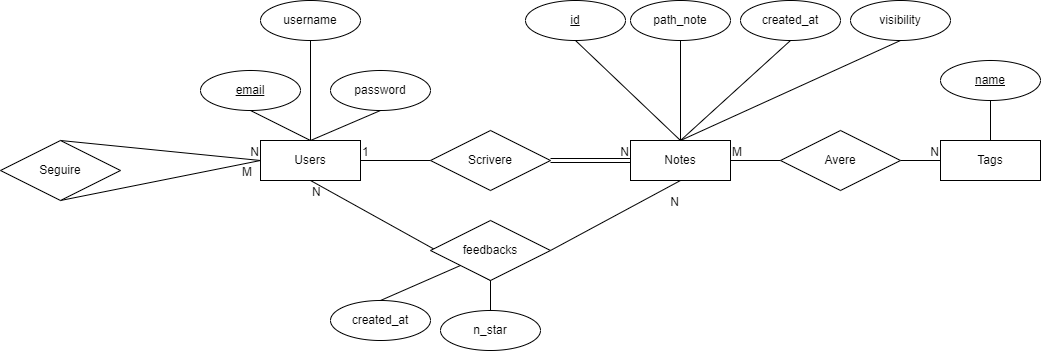
AngeloRipamonti/5C_RipamontiAvvedutoKotisCinquetti_PortaleAppunti keeps this draw.io diagram as assets/schemas/ER/SchemaER.drawio.png. Above is the earlier version. Source tidied: cells renumbered, new cells last; positions are measured from the earlier drawing's top-left corner, leaving out a move shared by most shapes. Its diagram source:
```xml
<mxGraphModel>
  <root>
    <mxCell id="0" />
    <mxCell id="1" parent="0" />
    <mxCell id="2" value="Users" style="whiteSpace=wrap;html=1;align=center;" parent="1" vertex="1">
      <mxGeometry x="260" y="140" width="100" height="40" as="geometry" />
    </mxCell>
    <mxCell id="3" value="email" style="ellipse;whiteSpace=wrap;html=1;align=center;fontStyle=4;" parent="1" vertex="1">
      <mxGeometry x="200" y="70" width="100" height="40" as="geometry" />
    </mxCell>
    <mxCell id="4" value="password" style="ellipse;whiteSpace=wrap;html=1;align=center;" parent="1" vertex="1">
      <mxGeometry x="330" y="70" width="100" height="40" as="geometry" />
    </mxCell>
    <mxCell id="5" value="username" style="ellipse;whiteSpace=wrap;html=1;align=center;" parent="1" vertex="1">
      <mxGeometry x="260" width="100" height="40" as="geometry" />
    </mxCell>
    <mxCell id="6" style="endArrow=none;html=1;rounded=0;exitX=0.5;exitY=1;exitDx=0;exitDy=0;entryX=0.5;entryY=0;entryDx=0;entryDy=0;" parent="1" edge="1" source="3" target="2">
      <mxGeometry relative="1" as="geometry" />
    </mxCell>
    <mxCell id="7" style="endArrow=none;html=1;rounded=0;exitX=0.5;exitY=1;exitDx=0;exitDy=0;entryX=0.5;entryY=0;entryDx=0;entryDy=0;" parent="1" edge="1" source="5" target="2">
      <mxGeometry relative="1" as="geometry" />
    </mxCell>
    <mxCell id="8" style="endArrow=none;html=1;rounded=0;exitX=0.5;exitY=1;exitDx=0;exitDy=0;entryX=0.5;entryY=0;entryDx=0;entryDy=0;" parent="1" edge="1" source="4" target="2">
      <mxGeometry relative="1" as="geometry" />
    </mxCell>
    <mxCell id="9" value="Notes" style="whiteSpace=wrap;html=1;align=center;" parent="1" vertex="1">
      <mxGeometry x="630" y="140" width="100" height="40" as="geometry" />
    </mxCell>
    <mxCell id="10" value="id" style="ellipse;whiteSpace=wrap;html=1;align=center;fontStyle=4;" parent="1" vertex="1">
      <mxGeometry x="525" width="100" height="40" as="geometry" />
    </mxCell>
    <mxCell id="11" value="path_note" style="ellipse;whiteSpace=wrap;html=1;align=center;" parent="1" vertex="1">
      <mxGeometry x="630" width="100" height="40" as="geometry" />
    </mxCell>
    <mxCell id="12" style="endArrow=none;html=1;rounded=0;exitX=0.5;exitY=1;exitDx=0;exitDy=0;entryX=0.5;entryY=0;entryDx=0;entryDy=0;" parent="1" edge="1" source="11" target="9">
      <mxGeometry relative="1" as="geometry" />
    </mxCell>
    <mxCell id="13" value="created_at" style="ellipse;whiteSpace=wrap;html=1;align=center;" parent="1" vertex="1">
      <mxGeometry x="740" width="100" height="40" as="geometry" />
    </mxCell>
    <mxCell id="14" style="endArrow=none;html=1;rounded=0;exitX=0.5;exitY=0;exitDx=0;exitDy=0;entryX=0.5;entryY=1;entryDx=0;entryDy=0;" parent="1" edge="1" source="9" target="13">
      <mxGeometry relative="1" as="geometry" />
    </mxCell>
    <mxCell id="15" style="endArrow=none;html=1;rounded=0;exitX=0.5;exitY=1;exitDx=0;exitDy=0;entryX=0.5;entryY=0;entryDx=0;entryDy=0;" parent="1" edge="1" source="10" target="9">
      <mxGeometry relative="1" as="geometry" />
    </mxCell>
    <mxCell id="16" style="endArrow=none;html=1;rounded=0;exitX=1;exitY=0.5;exitDx=0;exitDy=0;entryX=0;entryY=0.5;entryDx=0;entryDy=0;shape=link;" parent="1" edge="1" source="20" target="9">
      <mxGeometry relative="1" as="geometry" />
    </mxCell>
    <mxCell id="17" value="N" style="html=1;whiteSpace=wrap;align=right;verticalAlign=bottom;" parent="16" vertex="1">
      <mxGeometry x="1" relative="1" as="geometry" />
    </mxCell>
    <mxCell id="18" style="endArrow=none;html=1;rounded=0;exitX=1;exitY=0.5;exitDx=0;exitDy=0;entryX=0;entryY=0.5;entryDx=0;entryDy=0;" parent="1" edge="1" source="2" target="20">
      <mxGeometry relative="1" as="geometry" />
    </mxCell>
    <mxCell id="19" value="1" style="html=1;whiteSpace=wrap;align=left;verticalAlign=bottom;" parent="18" vertex="1">
      <mxGeometry x="-1" relative="1" as="geometry" />
    </mxCell>
    <mxCell id="20" value="Scrivere" style="shape=rhombus;perimeter=rhombusPerimeter;whiteSpace=wrap;html=1;align=center;" parent="1" vertex="1">
      <mxGeometry x="430" y="130" width="120" height="60" as="geometry" />
    </mxCell>
    <mxCell id="21" style="endArrow=none;html=1;rounded=0;exitX=1;exitY=0.5;exitDx=0;exitDy=0;entryX=0.5;entryY=1;entryDx=0;entryDy=0;" parent="1" edge="1" source="25" target="9">
      <mxGeometry relative="1" as="geometry" />
    </mxCell>
    <mxCell id="22" value="N" style="html=1;whiteSpace=wrap;align=right;verticalAlign=bottom;" parent="21" vertex="1">
      <mxGeometry x="1" relative="1" as="geometry">
        <mxPoint y="30" as="offset" />
      </mxGeometry>
    </mxCell>
    <mxCell id="23" style="endArrow=none;html=1;rounded=0;exitX=0.5;exitY=1;exitDx=0;exitDy=0;entryX=0.5;entryY=1;entryDx=0;entryDy=0;" parent="1" edge="1" source="2" target="25">
      <mxGeometry relative="1" as="geometry" />
    </mxCell>
    <mxCell id="24" value="N" style="html=1;whiteSpace=wrap;align=left;verticalAlign=bottom;" parent="23" vertex="1">
      <mxGeometry x="-1" relative="1" as="geometry">
        <mxPoint y="20" as="offset" />
      </mxGeometry>
    </mxCell>
    <mxCell id="25" value="feedbacks" style="shape=rhombus;perimeter=rhombusPerimeter;whiteSpace=wrap;html=1;align=center;" parent="1" vertex="1">
      <mxGeometry x="430" y="220" width="120" height="60" as="geometry" />
    </mxCell>
    <mxCell id="26" value="n_star" style="ellipse;whiteSpace=wrap;html=1;align=center;" parent="1" vertex="1">
      <mxGeometry x="440" y="310" width="100" height="40" as="geometry" />
    </mxCell>
    <mxCell id="27" style="endArrow=none;html=1;rounded=0;exitX=0.5;exitY=1;exitDx=0;exitDy=0;entryX=0.5;entryY=0;entryDx=0;entryDy=0;" parent="1" edge="1" source="25" target="26">
      <mxGeometry relative="1" as="geometry" />
    </mxCell>
    <mxCell id="28" value="created_at" style="ellipse;whiteSpace=wrap;html=1;align=center;" parent="1" vertex="1">
      <mxGeometry x="330" y="300" width="100" height="40" as="geometry" />
    </mxCell>
    <mxCell id="29" style="endArrow=none;html=1;rounded=0;exitX=0.5;exitY=0;exitDx=0;exitDy=0;entryX=0;entryY=1;entryDx=0;entryDy=0;" parent="1" edge="1" source="28" target="25">
      <mxGeometry relative="1" as="geometry" />
    </mxCell>
    <mxCell id="30" value="visibility" style="ellipse;whiteSpace=wrap;html=1;align=center;" parent="1" vertex="1">
      <mxGeometry x="850" width="100" height="40" as="geometry" />
    </mxCell>
    <mxCell id="31" style="endArrow=none;html=1;rounded=0;exitX=0.5;exitY=0;exitDx=0;exitDy=0;entryX=0.5;entryY=1;entryDx=0;entryDy=0;" parent="1" edge="1" source="9" target="30">
      <mxGeometry relative="1" as="geometry" />
    </mxCell>
    <mxCell id="32" style="endArrow=none;html=1;rounded=0;entryX=0;entryY=0.5;entryDx=0;entryDy=0;exitX=0.5;exitY=0;exitDx=0;exitDy=0;" parent="1" edge="1" source="36" target="2">
      <mxGeometry relative="1" as="geometry" />
    </mxCell>
    <mxCell id="33" value="N" style="html=1;whiteSpace=wrap;align=right;verticalAlign=bottom;" parent="32" vertex="1">
      <mxGeometry x="1" relative="1" as="geometry" />
    </mxCell>
    <mxCell id="34" style="endArrow=none;html=1;rounded=0;entryX=0.5;entryY=1;entryDx=0;entryDy=0;" parent="1" edge="1" target="36">
      <mxGeometry relative="1" as="geometry">
        <mxPoint x="260" y="160" as="sourcePoint" />
      </mxGeometry>
    </mxCell>
    <mxCell id="35" value="M" style="html=1;whiteSpace=wrap;align=left;verticalAlign=bottom;" parent="34" vertex="1">
      <mxGeometry x="-1" relative="1" as="geometry">
        <mxPoint x="-20" y="20" as="offset" />
      </mxGeometry>
    </mxCell>
    <mxCell id="36" value="Seguire" style="shape=rhombus;perimeter=rhombusPerimeter;whiteSpace=wrap;html=1;align=center;" parent="1" vertex="1">
      <mxGeometry y="140" width="120" height="60" as="geometry" />
    </mxCell>
    <mxCell id="37" value="Tags" style="whiteSpace=wrap;html=1;align=center;" parent="1" vertex="1">
      <mxGeometry x="940" y="140" width="100" height="40" as="geometry" />
    </mxCell>
    <mxCell id="38" style="endArrow=none;html=1;rounded=0;exitX=1;exitY=0.5;exitDx=0;exitDy=0;entryX=0;entryY=0.5;entryDx=0;entryDy=0;" parent="1" edge="1" source="42" target="37">
      <mxGeometry relative="1" as="geometry" />
    </mxCell>
    <mxCell id="39" value="N" style="html=1;whiteSpace=wrap;align=right;verticalAlign=bottom;" parent="38" vertex="1">
      <mxGeometry x="1" relative="1" as="geometry" />
    </mxCell>
    <mxCell id="40" style="endArrow=none;html=1;rounded=0;exitX=1;exitY=0.5;exitDx=0;exitDy=0;entryX=0;entryY=0.5;entryDx=0;entryDy=0;" parent="1" edge="1" source="9" target="42">
      <mxGeometry relative="1" as="geometry" />
    </mxCell>
    <mxCell id="41" value="M" style="html=1;whiteSpace=wrap;align=left;verticalAlign=bottom;" parent="40" vertex="1">
      <mxGeometry x="-1" relative="1" as="geometry" />
    </mxCell>
    <mxCell id="42" value="Avere" style="shape=rhombus;perimeter=rhombusPerimeter;whiteSpace=wrap;html=1;align=center;" parent="1" vertex="1">
      <mxGeometry x="780" y="130" width="120" height="60" as="geometry" />
    </mxCell>
    <mxCell id="43" value="name" style="ellipse;whiteSpace=wrap;html=1;align=center;fontStyle=4;" parent="1" vertex="1">
      <mxGeometry x="940" y="60" width="100" height="40" as="geometry" />
    </mxCell>
    <mxCell id="44" style="endArrow=none;html=1;rounded=0;exitX=0.5;exitY=1;exitDx=0;exitDy=0;entryX=0.5;entryY=0;entryDx=0;entryDy=0;" parent="1" edge="1" source="43" target="37">
      <mxGeometry relative="1" as="geometry" />
    </mxCell>
  </root>
</mxGraphModel>
```
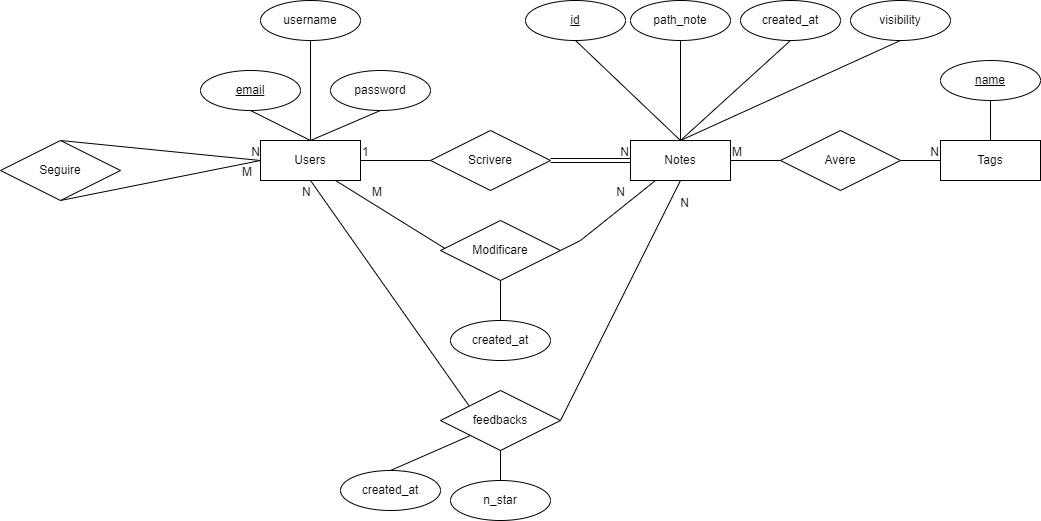
The same diagram one commit later.

What changed in the source:
```diff
@@ -64,7 +64,7 @@
     </mxCell>
     <mxCell id="22" value="N" style="html=1;whiteSpace=wrap;align=right;verticalAlign=bottom;" parent="21" vertex="1">
       <mxGeometry x="1" relative="1" as="geometry">
-        <mxPoint y="30" as="offset" />
+        <mxPoint x="10" y="30" as="offset" />
       </mxGeometry>
     </mxCell>
     <mxCell id="23" style="endArrow=none;html=1;rounded=0;exitX=0.5;exitY=1;exitDx=0;exitDy=0;entryX=0.5;entryY=1;entryDx=0;entryDy=0;" parent="1" edge="1" source="2" target="25">
@@ -72,20 +72,20 @@
     </mxCell>
     <mxCell id="24" value="N" style="html=1;whiteSpace=wrap;align=left;verticalAlign=bottom;" parent="23" vertex="1">
       <mxGeometry x="-1" relative="1" as="geometry">
-        <mxPoint y="20" as="offset" />
+        <mxPoint x="-10" y="20" as="offset" />
       </mxGeometry>
     </mxCell>
     <mxCell id="25" value="feedbacks" style="shape=rhombus;perimeter=rhombusPerimeter;whiteSpace=wrap;html=1;align=center;" parent="1" vertex="1">
-      <mxGeometry x="430" y="220" width="120" height="60" as="geometry" />
+      <mxGeometry x="440" y="390" width="120" height="60" as="geometry" />
     </mxCell>
     <mxCell id="26" value="n_star" style="ellipse;whiteSpace=wrap;html=1;align=center;" parent="1" vertex="1">
-      <mxGeometry x="440" y="310" width="100" height="40" as="geometry" />
+      <mxGeometry x="450" y="480" width="100" height="40" as="geometry" />
     </mxCell>
     <mxCell id="27" style="endArrow=none;html=1;rounded=0;exitX=0.5;exitY=1;exitDx=0;exitDy=0;entryX=0.5;entryY=0;entryDx=0;entryDy=0;" parent="1" edge="1" source="25" target="26">
       <mxGeometry relative="1" as="geometry" />
     </mxCell>
     <mxCell id="28" value="created_at" style="ellipse;whiteSpace=wrap;html=1;align=center;" parent="1" vertex="1">
-      <mxGeometry x="330" y="300" width="100" height="40" as="geometry" />
+      <mxGeometry x="340" y="470" width="100" height="40" as="geometry" />
     </mxCell>
     <mxCell id="29" style="endArrow=none;html=1;rounded=0;exitX=0.5;exitY=0;exitDx=0;exitDy=0;entryX=0;entryY=1;entryDx=0;entryDy=0;" parent="1" edge="1" source="28" target="25">
       <mxGeometry relative="1" as="geometry" />
@@ -139,5 +139,34 @@
     <mxCell id="44" style="endArrow=none;html=1;rounded=0;exitX=0.5;exitY=1;exitDx=0;exitDy=0;entryX=0.5;entryY=0;entryDx=0;entryDy=0;" parent="1" edge="1" source="43" target="37">
       <mxGeometry relative="1" as="geometry" />
     </mxCell>
+    <mxCell id="45" style="endArrow=none;html=1;rounded=0;exitX=1;exitY=0.5;exitDx=0;exitDy=0;entryX=0.25;entryY=1;entryDx=0;entryDy=0;" parent="1" edge="1" source="49" target="9">
+      <mxGeometry relative="1" as="geometry">
+        <Array as="points">
+          <mxPoint x="580" y="240" />
+        </Array>
+      </mxGeometry>
+    </mxCell>
+    <mxCell id="46" value="N" style="html=1;whiteSpace=wrap;align=right;verticalAlign=bottom;" parent="45" vertex="1">
+      <mxGeometry x="1" relative="1" as="geometry">
+        <mxPoint x="-30" y="20" as="offset" />
+      </mxGeometry>
+    </mxCell>
+    <mxCell id="47" style="endArrow=none;html=1;rounded=0;exitX=0.75;exitY=1;exitDx=0;exitDy=0;entryX=0.25;entryY=1;entryDx=0;entryDy=0;" parent="1" edge="1" source="2" target="49">
+      <mxGeometry relative="1" as="geometry" />
+    </mxCell>
+    <mxCell id="48" value="M" style="html=1;whiteSpace=wrap;align=left;verticalAlign=bottom;" parent="47" vertex="1">
+      <mxGeometry x="-1" relative="1" as="geometry">
+        <mxPoint x="35" y="20" as="offset" />
+      </mxGeometry>
+    </mxCell>
+    <mxCell id="49" value="Modificare" style="shape=rhombus;perimeter=rhombusPerimeter;whiteSpace=wrap;html=1;align=center;" parent="1" vertex="1">
+      <mxGeometry x="440" y="220" width="120" height="60" as="geometry" />
+    </mxCell>
+    <mxCell id="50" value="created_at" style="ellipse;whiteSpace=wrap;html=1;align=center;" parent="1" vertex="1">
+      <mxGeometry x="450" y="320" width="100" height="40" as="geometry" />
+    </mxCell>
+    <mxCell id="51" style="endArrow=none;html=1;rounded=0;exitX=0.5;exitY=1;exitDx=0;exitDy=0;entryX=0.5;entryY=0;entryDx=0;entryDy=0;" parent="1" edge="1" source="49" target="50">
+      <mxGeometry relative="1" as="geometry" />
+    </mxCell>
   </root>
 </mxGraphModel>
```
